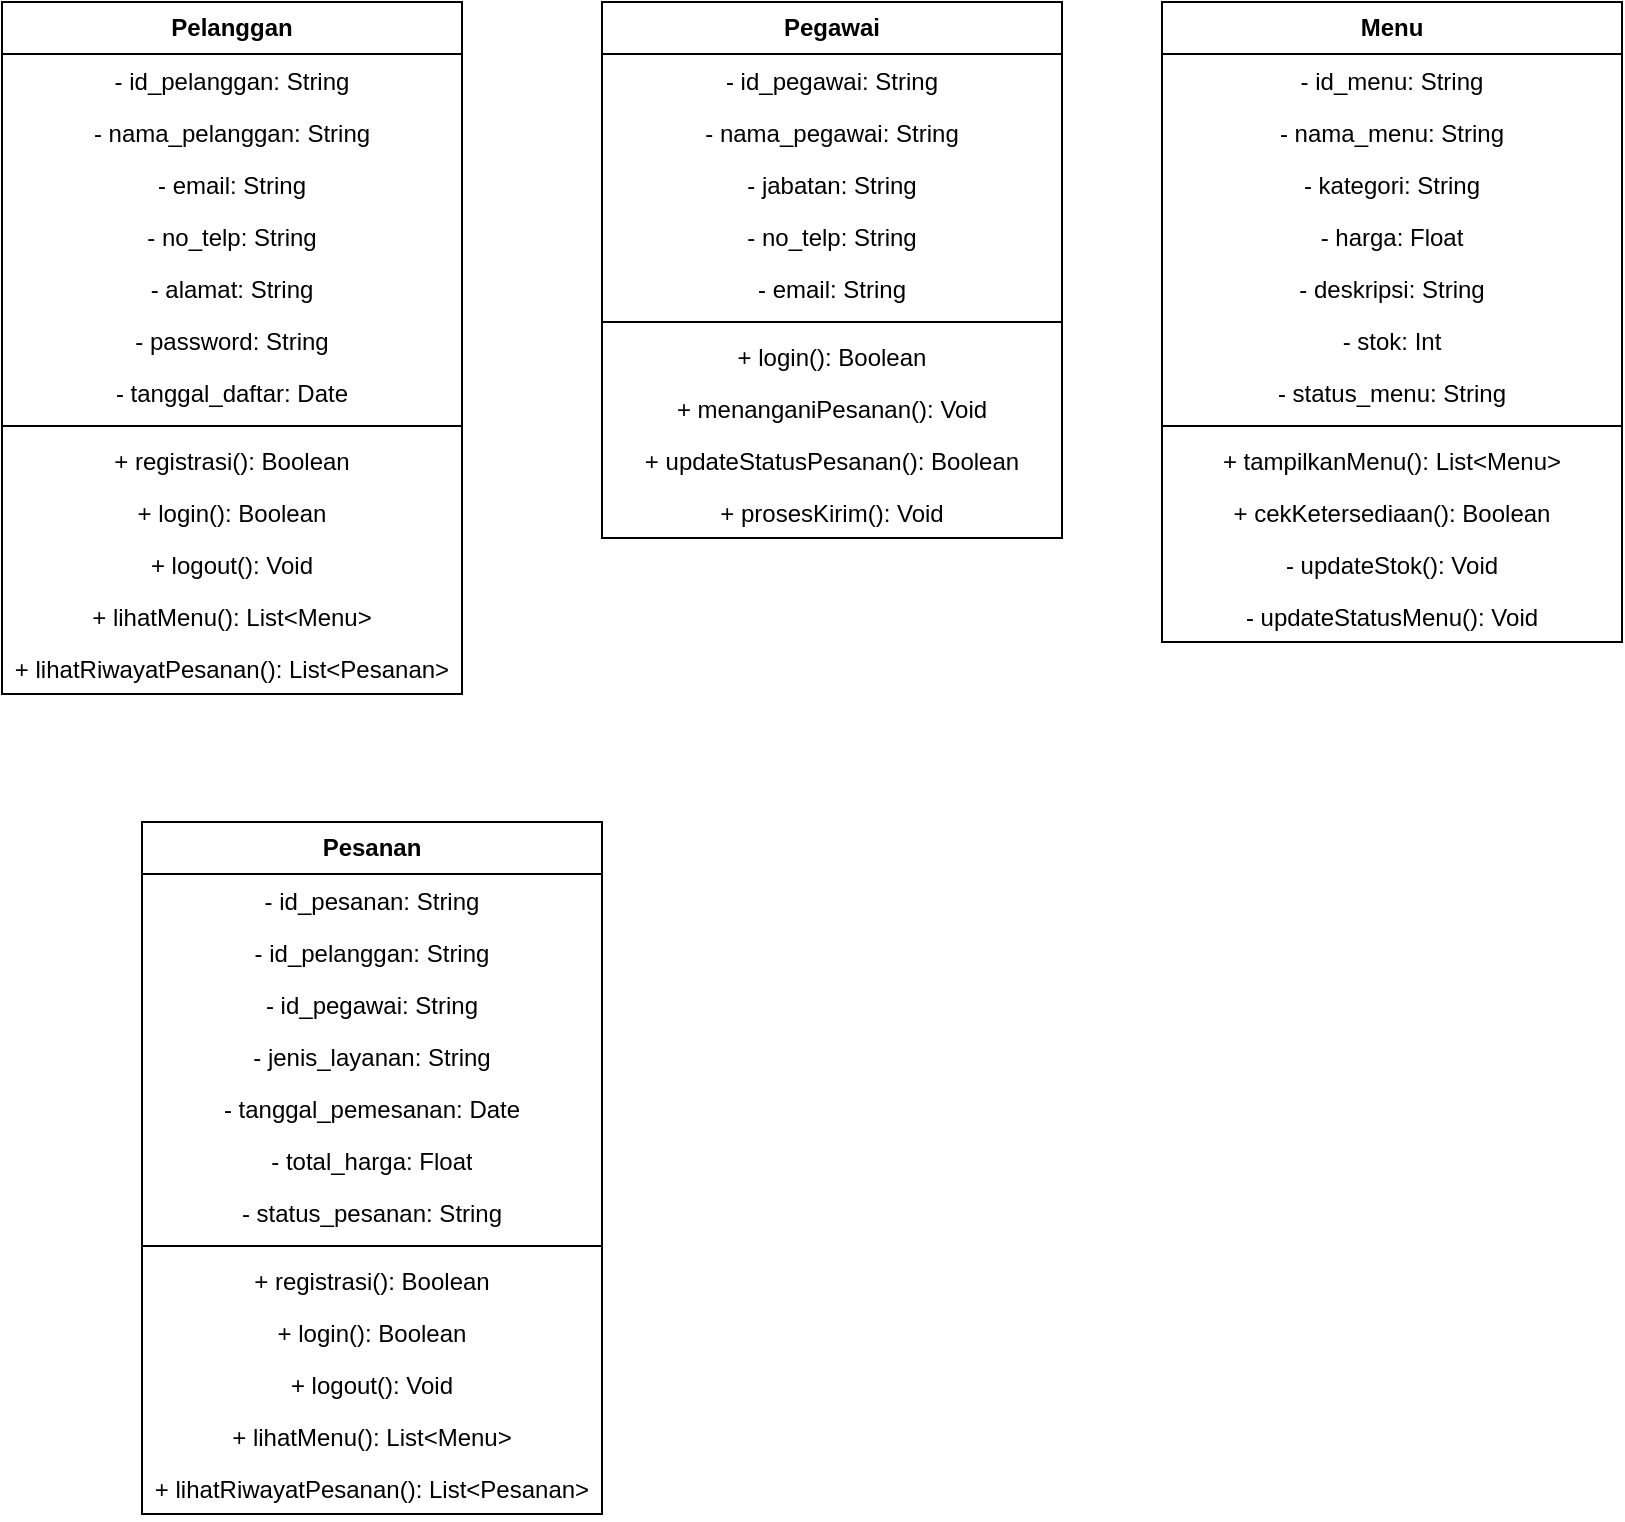
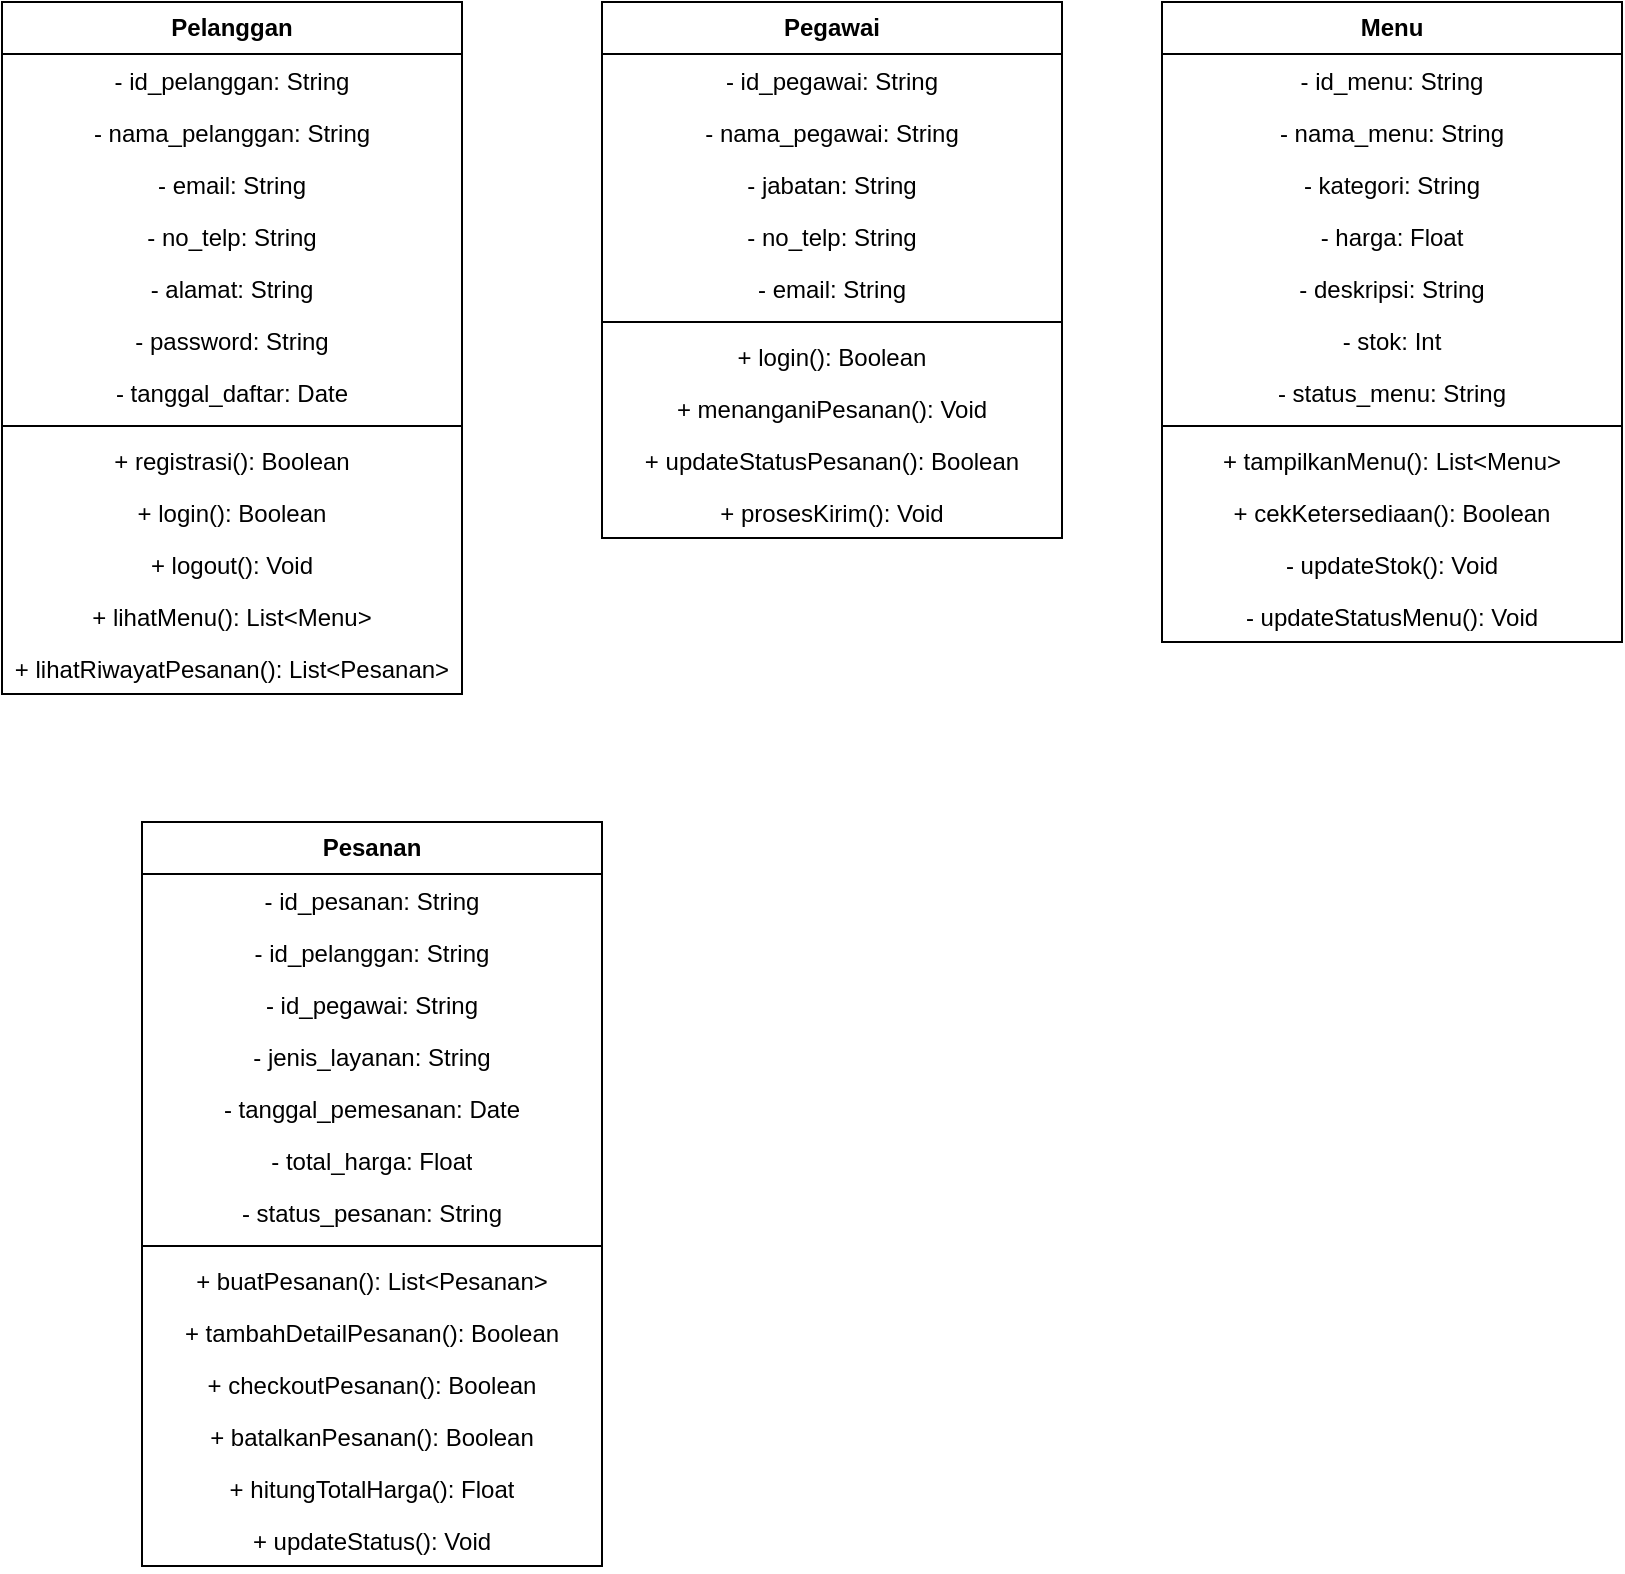
<mxfile host="app.diagrams.net">
  <diagram name="Class Diagram" id="XLRAudqMSV8JJL2WmWoO">
-     <mxGraphModel dx="1168" dy="774" grid="1" gridSize="10" guides="1" tooltips="1" connect="1" arrows="1" fold="1" page="1" pageScale="1" pageWidth="827" pageHeight="1169" math="0" shadow="0">
+     <mxGraphModel dx="667" dy="442" grid="1" gridSize="10" guides="1" tooltips="1" connect="1" arrows="1" fold="1" page="1" pageScale="1" pageWidth="827" pageHeight="1169" math="0" shadow="0">
      <root>
        <mxCell id="0" />
        <mxCell id="1" parent="0" />
        <mxCell id="4Q5ZbxA_9OykwKKi5Nih-1" parent="1" style="swimlane;fontStyle=1;align=center;verticalAlign=middle;childLayout=stackLayout;horizontal=1;startSize=26;horizontalStack=0;resizeParent=1;resizeParentMax=0;resizeLast=0;collapsible=1;marginBottom=0;whiteSpace=wrap;html=1;labelBorderColor=none;labelBackgroundColor=none;fontColor=default;" value="Pelanggan" vertex="1">
          <mxGeometry height="346" width="230" x="60" y="40" as="geometry" />
        </mxCell>
        <mxCell id="4Q5ZbxA_9OykwKKi5Nih-2" parent="4Q5ZbxA_9OykwKKi5Nih-1" style="text;strokeColor=none;fillColor=none;align=center;verticalAlign=top;spacingLeft=4;spacingRight=4;overflow=hidden;rotatable=0;points=[[0,0.5],[1,0.5]];portConstraint=eastwest;whiteSpace=wrap;html=1;" value="- id_pelanggan: String" vertex="1">
          <mxGeometry height="26" width="230" y="26" as="geometry" />
        </mxCell>
        <mxCell id="4Q5ZbxA_9OykwKKi5Nih-5" parent="4Q5ZbxA_9OykwKKi5Nih-1" style="text;strokeColor=none;fillColor=none;align=center;verticalAlign=top;spacingLeft=4;spacingRight=4;overflow=hidden;rotatable=0;points=[[0,0.5],[1,0.5]];portConstraint=eastwest;whiteSpace=wrap;html=1;" value="- nama_pelanggan: String" vertex="1">
          <mxGeometry height="26" width="230" y="52" as="geometry" />
        </mxCell>
        <mxCell id="4Q5ZbxA_9OykwKKi5Nih-6" parent="4Q5ZbxA_9OykwKKi5Nih-1" style="text;strokeColor=none;fillColor=none;align=center;verticalAlign=top;spacingLeft=4;spacingRight=4;overflow=hidden;rotatable=0;points=[[0,0.5],[1,0.5]];portConstraint=eastwest;whiteSpace=wrap;html=1;" value="- email: String" vertex="1">
          <mxGeometry height="26" width="230" y="78" as="geometry" />
        </mxCell>
        <mxCell id="4Q5ZbxA_9OykwKKi5Nih-7" parent="4Q5ZbxA_9OykwKKi5Nih-1" style="text;strokeColor=none;fillColor=none;align=center;verticalAlign=top;spacingLeft=4;spacingRight=4;overflow=hidden;rotatable=0;points=[[0,0.5],[1,0.5]];portConstraint=eastwest;whiteSpace=wrap;html=1;" value="- no_telp: String" vertex="1">
          <mxGeometry height="26" width="230" y="104" as="geometry" />
        </mxCell>
        <mxCell id="4Q5ZbxA_9OykwKKi5Nih-8" parent="4Q5ZbxA_9OykwKKi5Nih-1" style="text;strokeColor=none;fillColor=none;align=center;verticalAlign=top;spacingLeft=4;spacingRight=4;overflow=hidden;rotatable=0;points=[[0,0.5],[1,0.5]];portConstraint=eastwest;whiteSpace=wrap;html=1;" value="- alamat: String" vertex="1">
          <mxGeometry height="26" width="230" y="130" as="geometry" />
        </mxCell>
        <mxCell id="4Q5ZbxA_9OykwKKi5Nih-9" parent="4Q5ZbxA_9OykwKKi5Nih-1" style="text;strokeColor=none;fillColor=none;align=center;verticalAlign=top;spacingLeft=4;spacingRight=4;overflow=hidden;rotatable=0;points=[[0,0.5],[1,0.5]];portConstraint=eastwest;whiteSpace=wrap;html=1;" value="- password: String" vertex="1">
          <mxGeometry height="26" width="230" y="156" as="geometry" />
        </mxCell>
        <mxCell id="4Q5ZbxA_9OykwKKi5Nih-10" parent="4Q5ZbxA_9OykwKKi5Nih-1" style="text;strokeColor=none;fillColor=none;align=center;verticalAlign=top;spacingLeft=4;spacingRight=4;overflow=hidden;rotatable=0;points=[[0,0.5],[1,0.5]];portConstraint=eastwest;whiteSpace=wrap;html=1;" value="- tanggal_daftar: Date" vertex="1">
          <mxGeometry height="26" width="230" y="182" as="geometry" />
        </mxCell>
        <mxCell id="4Q5ZbxA_9OykwKKi5Nih-3" parent="4Q5ZbxA_9OykwKKi5Nih-1" style="line;strokeWidth=1;fillColor=none;align=center;verticalAlign=middle;spacingTop=-1;spacingLeft=3;spacingRight=3;rotatable=0;labelPosition=right;points=[];portConstraint=eastwest;strokeColor=inherit;" value="" vertex="1">
          <mxGeometry height="8" width="230" y="208" as="geometry" />
        </mxCell>
        <mxCell id="4Q5ZbxA_9OykwKKi5Nih-4" parent="4Q5ZbxA_9OykwKKi5Nih-1" style="text;strokeColor=none;fillColor=none;align=center;verticalAlign=top;spacingLeft=4;spacingRight=4;overflow=hidden;rotatable=0;points=[[0,0.5],[1,0.5]];portConstraint=eastwest;whiteSpace=wrap;html=1;" value="+ registrasi(): Boolean" vertex="1">
          <mxGeometry height="26" width="230" y="216" as="geometry" />
        </mxCell>
        <mxCell id="4Q5ZbxA_9OykwKKi5Nih-11" parent="4Q5ZbxA_9OykwKKi5Nih-1" style="text;strokeColor=none;fillColor=none;align=center;verticalAlign=top;spacingLeft=4;spacingRight=4;overflow=hidden;rotatable=0;points=[[0,0.5],[1,0.5]];portConstraint=eastwest;whiteSpace=wrap;html=1;" value="+ login(): Boolean" vertex="1">
          <mxGeometry height="26" width="230" y="242" as="geometry" />
        </mxCell>
        <mxCell id="4Q5ZbxA_9OykwKKi5Nih-12" parent="4Q5ZbxA_9OykwKKi5Nih-1" style="text;strokeColor=none;fillColor=none;align=center;verticalAlign=top;spacingLeft=4;spacingRight=4;overflow=hidden;rotatable=0;points=[[0,0.5],[1,0.5]];portConstraint=eastwest;whiteSpace=wrap;html=1;" value="+ logout(): Void" vertex="1">
          <mxGeometry height="26" width="230" y="268" as="geometry" />
        </mxCell>
        <mxCell id="4Q5ZbxA_9OykwKKi5Nih-13" parent="4Q5ZbxA_9OykwKKi5Nih-1" style="text;strokeColor=none;fillColor=none;align=center;verticalAlign=top;spacingLeft=4;spacingRight=4;overflow=hidden;rotatable=0;points=[[0,0.5],[1,0.5]];portConstraint=eastwest;whiteSpace=wrap;html=1;" value="+ lihatMenu(): List&amp;lt;Menu&amp;gt;" vertex="1">
          <mxGeometry height="26" width="230" y="294" as="geometry" />
        </mxCell>
        <mxCell id="4Q5ZbxA_9OykwKKi5Nih-14" parent="4Q5ZbxA_9OykwKKi5Nih-1" style="text;strokeColor=none;fillColor=none;align=center;verticalAlign=top;spacingLeft=4;spacingRight=4;overflow=hidden;rotatable=0;points=[[0,0.5],[1,0.5]];portConstraint=eastwest;whiteSpace=wrap;html=1;" value="+ lihatRiwayatPesanan(): List&amp;lt;Pesanan&amp;gt;" vertex="1">
          <mxGeometry height="26" width="230" y="320" as="geometry" />
        </mxCell>
        <mxCell id="4Q5ZbxA_9OykwKKi5Nih-16" parent="1" style="swimlane;fontStyle=1;align=center;verticalAlign=middle;childLayout=stackLayout;horizontal=1;startSize=26;horizontalStack=0;resizeParent=1;resizeParentMax=0;resizeLast=0;collapsible=1;marginBottom=0;whiteSpace=wrap;html=1;labelBorderColor=none;labelBackgroundColor=none;fontColor=default;" value="Pegawai" vertex="1">
          <mxGeometry height="268" width="230" x="360" y="40" as="geometry" />
        </mxCell>
        <mxCell id="4Q5ZbxA_9OykwKKi5Nih-17" parent="4Q5ZbxA_9OykwKKi5Nih-16" style="text;strokeColor=none;fillColor=none;align=center;verticalAlign=top;spacingLeft=4;spacingRight=4;overflow=hidden;rotatable=0;points=[[0,0.5],[1,0.5]];portConstraint=eastwest;whiteSpace=wrap;html=1;" value="- id_pegawai: String" vertex="1">
          <mxGeometry height="26" width="230" y="26" as="geometry" />
        </mxCell>
        <mxCell id="4Q5ZbxA_9OykwKKi5Nih-18" parent="4Q5ZbxA_9OykwKKi5Nih-16" style="text;strokeColor=none;fillColor=none;align=center;verticalAlign=top;spacingLeft=4;spacingRight=4;overflow=hidden;rotatable=0;points=[[0,0.5],[1,0.5]];portConstraint=eastwest;whiteSpace=wrap;html=1;" value="- nama_pegawai: String" vertex="1">
          <mxGeometry height="26" width="230" y="52" as="geometry" />
        </mxCell>
        <mxCell id="4Q5ZbxA_9OykwKKi5Nih-19" parent="4Q5ZbxA_9OykwKKi5Nih-16" style="text;strokeColor=none;fillColor=none;align=center;verticalAlign=top;spacingLeft=4;spacingRight=4;overflow=hidden;rotatable=0;points=[[0,0.5],[1,0.5]];portConstraint=eastwest;whiteSpace=wrap;html=1;" value="- jabatan: String" vertex="1">
          <mxGeometry height="26" width="230" y="78" as="geometry" />
        </mxCell>
        <mxCell id="4Q5ZbxA_9OykwKKi5Nih-20" parent="4Q5ZbxA_9OykwKKi5Nih-16" style="text;strokeColor=none;fillColor=none;align=center;verticalAlign=top;spacingLeft=4;spacingRight=4;overflow=hidden;rotatable=0;points=[[0,0.5],[1,0.5]];portConstraint=eastwest;whiteSpace=wrap;html=1;" value="- no_telp: String" vertex="1">
          <mxGeometry height="26" width="230" y="104" as="geometry" />
        </mxCell>
        <mxCell id="4Q5ZbxA_9OykwKKi5Nih-21" parent="4Q5ZbxA_9OykwKKi5Nih-16" style="text;strokeColor=none;fillColor=none;align=center;verticalAlign=top;spacingLeft=4;spacingRight=4;overflow=hidden;rotatable=0;points=[[0,0.5],[1,0.5]];portConstraint=eastwest;whiteSpace=wrap;html=1;" value="- email: String" vertex="1">
          <mxGeometry height="26" width="230" y="130" as="geometry" />
        </mxCell>
        <mxCell id="4Q5ZbxA_9OykwKKi5Nih-24" parent="4Q5ZbxA_9OykwKKi5Nih-16" style="line;strokeWidth=1;fillColor=none;align=center;verticalAlign=middle;spacingTop=-1;spacingLeft=3;spacingRight=3;rotatable=0;labelPosition=right;points=[];portConstraint=eastwest;strokeColor=inherit;" value="" vertex="1">
          <mxGeometry height="8" width="230" y="156" as="geometry" />
        </mxCell>
        <mxCell id="4Q5ZbxA_9OykwKKi5Nih-25" parent="4Q5ZbxA_9OykwKKi5Nih-16" style="text;strokeColor=none;fillColor=none;align=center;verticalAlign=top;spacingLeft=4;spacingRight=4;overflow=hidden;rotatable=0;points=[[0,0.5],[1,0.5]];portConstraint=eastwest;whiteSpace=wrap;html=1;" value="+ login(): Boolean" vertex="1">
          <mxGeometry height="26" width="230" y="164" as="geometry" />
        </mxCell>
        <mxCell id="4Q5ZbxA_9OykwKKi5Nih-26" parent="4Q5ZbxA_9OykwKKi5Nih-16" style="text;strokeColor=none;fillColor=none;align=center;verticalAlign=top;spacingLeft=4;spacingRight=4;overflow=hidden;rotatable=0;points=[[0,0.5],[1,0.5]];portConstraint=eastwest;whiteSpace=wrap;html=1;" value="+ menanganiPesanan(): Void" vertex="1">
          <mxGeometry height="26" width="230" y="190" as="geometry" />
        </mxCell>
        <mxCell id="4Q5ZbxA_9OykwKKi5Nih-27" parent="4Q5ZbxA_9OykwKKi5Nih-16" style="text;strokeColor=none;fillColor=none;align=center;verticalAlign=top;spacingLeft=4;spacingRight=4;overflow=hidden;rotatable=0;points=[[0,0.5],[1,0.5]];portConstraint=eastwest;whiteSpace=wrap;html=1;" value="+ updateStatusPesanan(): Boolean" vertex="1">
          <mxGeometry height="26" width="230" y="216" as="geometry" />
        </mxCell>
        <mxCell id="4Q5ZbxA_9OykwKKi5Nih-28" parent="4Q5ZbxA_9OykwKKi5Nih-16" style="text;strokeColor=none;fillColor=none;align=center;verticalAlign=top;spacingLeft=4;spacingRight=4;overflow=hidden;rotatable=0;points=[[0,0.5],[1,0.5]];portConstraint=eastwest;whiteSpace=wrap;html=1;" value="+ prosesKirim(): Void" vertex="1">
          <mxGeometry height="26" width="230" y="242" as="geometry" />
        </mxCell>
        <mxCell id="4Q5ZbxA_9OykwKKi5Nih-30" parent="1" style="swimlane;fontStyle=1;align=center;verticalAlign=middle;childLayout=stackLayout;horizontal=1;startSize=26;horizontalStack=0;resizeParent=1;resizeParentMax=0;resizeLast=0;collapsible=1;marginBottom=0;whiteSpace=wrap;html=1;labelBorderColor=none;labelBackgroundColor=none;fontColor=default;" value="Menu" vertex="1">
          <mxGeometry height="320" width="230" x="640" y="40" as="geometry" />
        </mxCell>
        <mxCell id="4Q5ZbxA_9OykwKKi5Nih-31" parent="4Q5ZbxA_9OykwKKi5Nih-30" style="text;strokeColor=none;fillColor=none;align=center;verticalAlign=top;spacingLeft=4;spacingRight=4;overflow=hidden;rotatable=0;points=[[0,0.5],[1,0.5]];portConstraint=eastwest;whiteSpace=wrap;html=1;" value="- id_menu: String" vertex="1">
          <mxGeometry height="26" width="230" y="26" as="geometry" />
        </mxCell>
        <mxCell id="4Q5ZbxA_9OykwKKi5Nih-32" parent="4Q5ZbxA_9OykwKKi5Nih-30" style="text;strokeColor=none;fillColor=none;align=center;verticalAlign=top;spacingLeft=4;spacingRight=4;overflow=hidden;rotatable=0;points=[[0,0.5],[1,0.5]];portConstraint=eastwest;whiteSpace=wrap;html=1;" value="- nama_menu: String" vertex="1">
          <mxGeometry height="26" width="230" y="52" as="geometry" />
        </mxCell>
        <mxCell id="4Q5ZbxA_9OykwKKi5Nih-33" parent="4Q5ZbxA_9OykwKKi5Nih-30" style="text;strokeColor=none;fillColor=none;align=center;verticalAlign=top;spacingLeft=4;spacingRight=4;overflow=hidden;rotatable=0;points=[[0,0.5],[1,0.5]];portConstraint=eastwest;whiteSpace=wrap;html=1;" value="- kategori: String" vertex="1">
          <mxGeometry height="26" width="230" y="78" as="geometry" />
        </mxCell>
        <mxCell id="4Q5ZbxA_9OykwKKi5Nih-34" parent="4Q5ZbxA_9OykwKKi5Nih-30" style="text;strokeColor=none;fillColor=none;align=center;verticalAlign=top;spacingLeft=4;spacingRight=4;overflow=hidden;rotatable=0;points=[[0,0.5],[1,0.5]];portConstraint=eastwest;whiteSpace=wrap;html=1;" value="- harga: Float" vertex="1">
          <mxGeometry height="26" width="230" y="104" as="geometry" />
        </mxCell>
        <mxCell id="4Q5ZbxA_9OykwKKi5Nih-35" parent="4Q5ZbxA_9OykwKKi5Nih-30" style="text;strokeColor=none;fillColor=none;align=center;verticalAlign=top;spacingLeft=4;spacingRight=4;overflow=hidden;rotatable=0;points=[[0,0.5],[1,0.5]];portConstraint=eastwest;whiteSpace=wrap;html=1;" value="- deskripsi: String" vertex="1">
          <mxGeometry height="26" width="230" y="130" as="geometry" />
        </mxCell>
        <mxCell id="4Q5ZbxA_9OykwKKi5Nih-36" parent="4Q5ZbxA_9OykwKKi5Nih-30" style="text;strokeColor=none;fillColor=none;align=center;verticalAlign=top;spacingLeft=4;spacingRight=4;overflow=hidden;rotatable=0;points=[[0,0.5],[1,0.5]];portConstraint=eastwest;whiteSpace=wrap;html=1;" value="- stok: Int" vertex="1">
          <mxGeometry height="26" width="230" y="156" as="geometry" />
        </mxCell>
        <mxCell id="4Q5ZbxA_9OykwKKi5Nih-37" parent="4Q5ZbxA_9OykwKKi5Nih-30" style="text;strokeColor=none;fillColor=none;align=center;verticalAlign=top;spacingLeft=4;spacingRight=4;overflow=hidden;rotatable=0;points=[[0,0.5],[1,0.5]];portConstraint=eastwest;whiteSpace=wrap;html=1;" value="- status_menu: String" vertex="1">
          <mxGeometry height="26" width="230" y="182" as="geometry" />
        </mxCell>
        <mxCell id="4Q5ZbxA_9OykwKKi5Nih-38" parent="4Q5ZbxA_9OykwKKi5Nih-30" style="line;strokeWidth=1;fillColor=none;align=center;verticalAlign=middle;spacingTop=-1;spacingLeft=3;spacingRight=3;rotatable=0;labelPosition=right;points=[];portConstraint=eastwest;strokeColor=inherit;" value="" vertex="1">
          <mxGeometry height="8" width="230" y="208" as="geometry" />
        </mxCell>
        <mxCell id="4Q5ZbxA_9OykwKKi5Nih-39" parent="4Q5ZbxA_9OykwKKi5Nih-30" style="text;strokeColor=none;fillColor=none;align=center;verticalAlign=top;spacingLeft=4;spacingRight=4;overflow=hidden;rotatable=0;points=[[0,0.5],[1,0.5]];portConstraint=eastwest;whiteSpace=wrap;html=1;" value="+ tampilkanMenu(): List&amp;lt;Menu&amp;gt;" vertex="1">
          <mxGeometry height="26" width="230" y="216" as="geometry" />
        </mxCell>
        <mxCell id="4Q5ZbxA_9OykwKKi5Nih-40" parent="4Q5ZbxA_9OykwKKi5Nih-30" style="text;strokeColor=none;fillColor=none;align=center;verticalAlign=top;spacingLeft=4;spacingRight=4;overflow=hidden;rotatable=0;points=[[0,0.5],[1,0.5]];portConstraint=eastwest;whiteSpace=wrap;html=1;" value="+ cekKetersediaan(): Boolean" vertex="1">
          <mxGeometry height="26" width="230" y="242" as="geometry" />
        </mxCell>
        <mxCell id="4Q5ZbxA_9OykwKKi5Nih-41" parent="4Q5ZbxA_9OykwKKi5Nih-30" style="text;strokeColor=none;fillColor=none;align=center;verticalAlign=top;spacingLeft=4;spacingRight=4;overflow=hidden;rotatable=0;points=[[0,0.5],[1,0.5]];portConstraint=eastwest;whiteSpace=wrap;html=1;" value="- updateStok(): Void" vertex="1">
          <mxGeometry height="26" width="230" y="268" as="geometry" />
        </mxCell>
        <mxCell id="4Q5ZbxA_9OykwKKi5Nih-42" parent="4Q5ZbxA_9OykwKKi5Nih-30" style="text;strokeColor=none;fillColor=none;align=center;verticalAlign=top;spacingLeft=4;spacingRight=4;overflow=hidden;rotatable=0;points=[[0,0.5],[1,0.5]];portConstraint=eastwest;whiteSpace=wrap;html=1;" value="- updateStatusMenu(): Void" vertex="1">
          <mxGeometry height="26" width="230" y="294" as="geometry" />
        </mxCell>
        <mxCell id="4Q5ZbxA_9OykwKKi5Nih-44" parent="1" style="swimlane;fontStyle=1;align=center;verticalAlign=middle;childLayout=stackLayout;horizontal=1;startSize=26;horizontalStack=0;resizeParent=1;resizeParentMax=0;resizeLast=0;collapsible=1;marginBottom=0;whiteSpace=wrap;html=1;labelBorderColor=none;labelBackgroundColor=none;fontColor=default;" value="Pesanan" vertex="1">
-           <mxGeometry height="346" width="230" x="130" y="450" as="geometry" />
+           <mxGeometry height="372" width="230" x="130" y="450" as="geometry" />
        </mxCell>
        <mxCell id="4Q5ZbxA_9OykwKKi5Nih-45" parent="4Q5ZbxA_9OykwKKi5Nih-44" style="text;strokeColor=none;fillColor=none;align=center;verticalAlign=top;spacingLeft=4;spacingRight=4;overflow=hidden;rotatable=0;points=[[0,0.5],[1,0.5]];portConstraint=eastwest;whiteSpace=wrap;html=1;" value="- id_pesanan: String" vertex="1">
          <mxGeometry height="26" width="230" y="26" as="geometry" />
        </mxCell>
        <mxCell id="4Q5ZbxA_9OykwKKi5Nih-46" parent="4Q5ZbxA_9OykwKKi5Nih-44" style="text;strokeColor=none;fillColor=none;align=center;verticalAlign=top;spacingLeft=4;spacingRight=4;overflow=hidden;rotatable=0;points=[[0,0.5],[1,0.5]];portConstraint=eastwest;whiteSpace=wrap;html=1;" value="- id_pelanggan: String" vertex="1">
          <mxGeometry height="26" width="230" y="52" as="geometry" />
        </mxCell>
        <mxCell id="4Q5ZbxA_9OykwKKi5Nih-47" parent="4Q5ZbxA_9OykwKKi5Nih-44" style="text;strokeColor=none;fillColor=none;align=center;verticalAlign=top;spacingLeft=4;spacingRight=4;overflow=hidden;rotatable=0;points=[[0,0.5],[1,0.5]];portConstraint=eastwest;whiteSpace=wrap;html=1;" value="- id_pegawai: String" vertex="1">
          <mxGeometry height="26" width="230" y="78" as="geometry" />
        </mxCell>
        <mxCell id="4Q5ZbxA_9OykwKKi5Nih-48" parent="4Q5ZbxA_9OykwKKi5Nih-44" style="text;strokeColor=none;fillColor=none;align=center;verticalAlign=top;spacingLeft=4;spacingRight=4;overflow=hidden;rotatable=0;points=[[0,0.5],[1,0.5]];portConstraint=eastwest;whiteSpace=wrap;html=1;" value="- jenis_layanan: String" vertex="1">
          <mxGeometry height="26" width="230" y="104" as="geometry" />
        </mxCell>
        <mxCell id="4Q5ZbxA_9OykwKKi5Nih-49" parent="4Q5ZbxA_9OykwKKi5Nih-44" style="text;strokeColor=none;fillColor=none;align=center;verticalAlign=top;spacingLeft=4;spacingRight=4;overflow=hidden;rotatable=0;points=[[0,0.5],[1,0.5]];portConstraint=eastwest;whiteSpace=wrap;html=1;" value="- tanggal_pemesanan: Date" vertex="1">
          <mxGeometry height="26" width="230" y="130" as="geometry" />
        </mxCell>
        <mxCell id="4Q5ZbxA_9OykwKKi5Nih-50" parent="4Q5ZbxA_9OykwKKi5Nih-44" style="text;strokeColor=none;fillColor=none;align=center;verticalAlign=top;spacingLeft=4;spacingRight=4;overflow=hidden;rotatable=0;points=[[0,0.5],[1,0.5]];portConstraint=eastwest;whiteSpace=wrap;html=1;" value="- total_harga: Float" vertex="1">
          <mxGeometry height="26" width="230" y="156" as="geometry" />
        </mxCell>
        <mxCell id="4Q5ZbxA_9OykwKKi5Nih-51" parent="4Q5ZbxA_9OykwKKi5Nih-44" style="text;strokeColor=none;fillColor=none;align=center;verticalAlign=top;spacingLeft=4;spacingRight=4;overflow=hidden;rotatable=0;points=[[0,0.5],[1,0.5]];portConstraint=eastwest;whiteSpace=wrap;html=1;" value="- status_pesanan: String" vertex="1">
          <mxGeometry height="26" width="230" y="182" as="geometry" />
        </mxCell>
        <mxCell id="4Q5ZbxA_9OykwKKi5Nih-52" parent="4Q5ZbxA_9OykwKKi5Nih-44" style="line;strokeWidth=1;fillColor=none;align=center;verticalAlign=middle;spacingTop=-1;spacingLeft=3;spacingRight=3;rotatable=0;labelPosition=right;points=[];portConstraint=eastwest;strokeColor=inherit;" value="" vertex="1">
          <mxGeometry height="8" width="230" y="208" as="geometry" />
        </mxCell>
-         <mxCell id="4Q5ZbxA_9OykwKKi5Nih-53" parent="4Q5ZbxA_9OykwKKi5Nih-44" style="text;strokeColor=none;fillColor=none;align=center;verticalAlign=top;spacingLeft=4;spacingRight=4;overflow=hidden;rotatable=0;points=[[0,0.5],[1,0.5]];portConstraint=eastwest;whiteSpace=wrap;html=1;" value="+ registrasi(): Boolean" vertex="1">
+         <mxCell id="4Q5ZbxA_9OykwKKi5Nih-53" parent="4Q5ZbxA_9OykwKKi5Nih-44" style="text;strokeColor=none;fillColor=none;align=center;verticalAlign=top;spacingLeft=4;spacingRight=4;overflow=hidden;rotatable=0;points=[[0,0.5],[1,0.5]];portConstraint=eastwest;whiteSpace=wrap;html=1;" value="+ buatPesanan(): List&amp;lt;Pesanan&amp;gt;" vertex="1">
          <mxGeometry height="26" width="230" y="216" as="geometry" />
        </mxCell>
-         <mxCell id="4Q5ZbxA_9OykwKKi5Nih-54" parent="4Q5ZbxA_9OykwKKi5Nih-44" style="text;strokeColor=none;fillColor=none;align=center;verticalAlign=top;spacingLeft=4;spacingRight=4;overflow=hidden;rotatable=0;points=[[0,0.5],[1,0.5]];portConstraint=eastwest;whiteSpace=wrap;html=1;" value="+ login(): Boolean" vertex="1">
+         <mxCell id="4Q5ZbxA_9OykwKKi5Nih-54" parent="4Q5ZbxA_9OykwKKi5Nih-44" style="text;strokeColor=none;fillColor=none;align=center;verticalAlign=top;spacingLeft=4;spacingRight=4;overflow=hidden;rotatable=0;points=[[0,0.5],[1,0.5]];portConstraint=eastwest;whiteSpace=wrap;html=1;" value="+ tambahDetailPesanan(): Boolean" vertex="1">
          <mxGeometry height="26" width="230" y="242" as="geometry" />
        </mxCell>
-         <mxCell id="4Q5ZbxA_9OykwKKi5Nih-55" parent="4Q5ZbxA_9OykwKKi5Nih-44" style="text;strokeColor=none;fillColor=none;align=center;verticalAlign=top;spacingLeft=4;spacingRight=4;overflow=hidden;rotatable=0;points=[[0,0.5],[1,0.5]];portConstraint=eastwest;whiteSpace=wrap;html=1;" value="+ logout(): Void" vertex="1">
+         <mxCell id="4Q5ZbxA_9OykwKKi5Nih-55" parent="4Q5ZbxA_9OykwKKi5Nih-44" style="text;strokeColor=none;fillColor=none;align=center;verticalAlign=top;spacingLeft=4;spacingRight=4;overflow=hidden;rotatable=0;points=[[0,0.5],[1,0.5]];portConstraint=eastwest;whiteSpace=wrap;html=1;" value="+ checkoutPesanan(): Boolean" vertex="1">
          <mxGeometry height="26" width="230" y="268" as="geometry" />
        </mxCell>
-         <mxCell id="4Q5ZbxA_9OykwKKi5Nih-56" parent="4Q5ZbxA_9OykwKKi5Nih-44" style="text;strokeColor=none;fillColor=none;align=center;verticalAlign=top;spacingLeft=4;spacingRight=4;overflow=hidden;rotatable=0;points=[[0,0.5],[1,0.5]];portConstraint=eastwest;whiteSpace=wrap;html=1;" value="+ lihatMenu(): List&amp;lt;Menu&amp;gt;" vertex="1">
+         <mxCell id="4Q5ZbxA_9OykwKKi5Nih-56" parent="4Q5ZbxA_9OykwKKi5Nih-44" style="text;strokeColor=none;fillColor=none;align=center;verticalAlign=top;spacingLeft=4;spacingRight=4;overflow=hidden;rotatable=0;points=[[0,0.5],[1,0.5]];portConstraint=eastwest;whiteSpace=wrap;html=1;" value="+ batalkanPesanan(): Boolean" vertex="1">
          <mxGeometry height="26" width="230" y="294" as="geometry" />
        </mxCell>
-         <mxCell id="4Q5ZbxA_9OykwKKi5Nih-57" parent="4Q5ZbxA_9OykwKKi5Nih-44" style="text;strokeColor=none;fillColor=none;align=center;verticalAlign=top;spacingLeft=4;spacingRight=4;overflow=hidden;rotatable=0;points=[[0,0.5],[1,0.5]];portConstraint=eastwest;whiteSpace=wrap;html=1;" value="+ lihatRiwayatPesanan(): List&amp;lt;Pesanan&amp;gt;" vertex="1">
+         <mxCell id="4Q5ZbxA_9OykwKKi5Nih-57" parent="4Q5ZbxA_9OykwKKi5Nih-44" style="text;strokeColor=none;fillColor=none;align=center;verticalAlign=top;spacingLeft=4;spacingRight=4;overflow=hidden;rotatable=0;points=[[0,0.5],[1,0.5]];portConstraint=eastwest;whiteSpace=wrap;html=1;" value="+ hitungTotalHarga(): Float" vertex="1">
          <mxGeometry height="26" width="230" y="320" as="geometry" />
+         </mxCell>
+         <mxCell id="-Ip3KR_69kROD7_R9hKT-1" parent="4Q5ZbxA_9OykwKKi5Nih-44" style="text;strokeColor=none;fillColor=none;align=center;verticalAlign=top;spacingLeft=4;spacingRight=4;overflow=hidden;rotatable=0;points=[[0,0.5],[1,0.5]];portConstraint=eastwest;whiteSpace=wrap;html=1;" value="+ updateStatus(): Void" vertex="1">
+           <mxGeometry height="26" width="230" y="346" as="geometry" />
        </mxCell>
      </root>
    </mxGraphModel>
  </diagram>
</mxfile>
